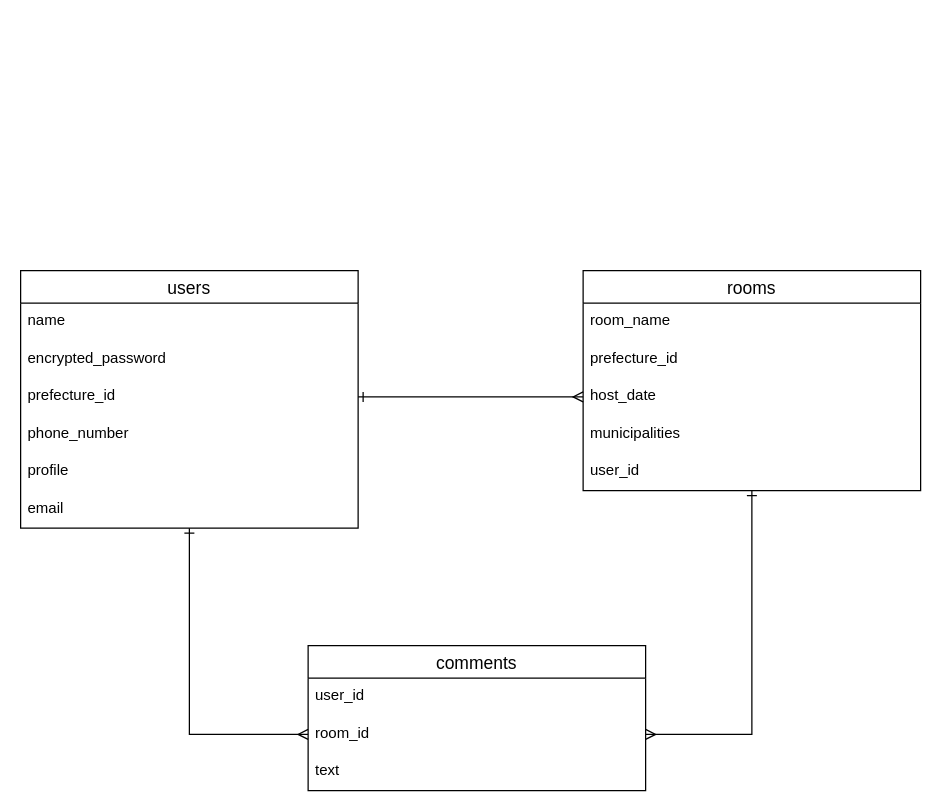
The draw.io diagram config/table.dio in junkobayashi11/original-app, before the edit. Source tidied: cells renumbered, new cells numbered last; positions are measured from the earlier drawing's top-left corner, leaving out a move shared by most shapes. Both pictures are drawn from the tidied source at 125%, with x=0, y=0 at pixel (20, 270).
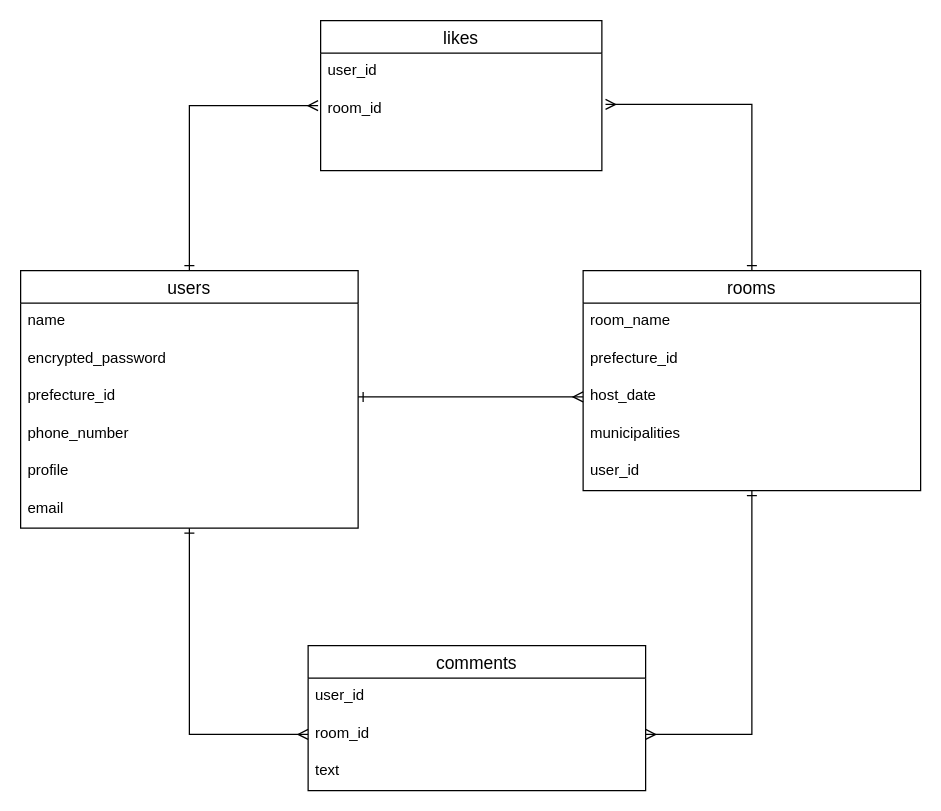
Above is the later version.

Unchanged cells that the change refers to:
```xml
<mxCell id="3" value="users" style="swimlane;fontStyle=0;horizontal=1;startSize=26;align=center;fontSize=14;" parent="1" vertex="1">
  <mxGeometry width="270" height="206" as="geometry" />
</mxCell>
<mxCell id="11" value="rooms" style="swimlane;fontStyle=0;horizontal=1;startSize=26;align=center;fontSize=14;" parent="1" vertex="1">
  <mxGeometry x="450" width="270" height="176" as="geometry" />
</mxCell>
```

Diff of the diagram source:
```diff
@@
+    <mxCell id="22" style="edgeStyle=orthogonalEdgeStyle;rounded=0;jettySize=auto;html=1;entryX=-0.009;entryY=0.188;entryDx=0;entryDy=0;entryPerimeter=0;startArrow=ERone;startFill=0;endArrow=ERmany;endFill=0;" parent="1" edge="1" source="3" target="26">
+      <mxGeometry relative="1" as="geometry" />
+    </mxCell>
@@
+    <mxCell id="23" style="edgeStyle=orthogonalEdgeStyle;rounded=0;jettySize=auto;html=1;entryX=1.013;entryY=0.172;entryDx=0;entryDy=0;entryPerimeter=0;startArrow=ERone;startFill=0;endArrow=ERmany;endFill=0;" parent="1" edge="1" source="11" target="26">
+      <mxGeometry relative="1" as="geometry" />
+    </mxCell>
@@
+    <mxCell id="24" value="likes" style="swimlane;fontStyle=0;horizontal=1;startSize=26;align=center;fontSize=14;" parent="1" vertex="1">
+      <mxGeometry x="240" y="-200" width="225" height="120" as="geometry" />
+    </mxCell>
+    <mxCell id="25" value="user_id" style="text;strokeColor=none;fillColor=none;spacingLeft=4;spacingRight=4;overflow=hidden;fontSize=12;" parent="24" vertex="1">
+      <mxGeometry y="26" width="225" height="30" as="geometry" />
+    </mxCell>
+    <mxCell id="26" value="room_id" style="text;strokeColor=none;fillColor=none;spacingLeft=4;spacingRight=4;overflow=hidden;points=[[0,0.5],[1,0.5]];portConstraint=eastwest;fontSize=12;" parent="24" vertex="1">
+      <mxGeometry y="56" width="225" height="64" as="geometry" />
+    </mxCell>
```
